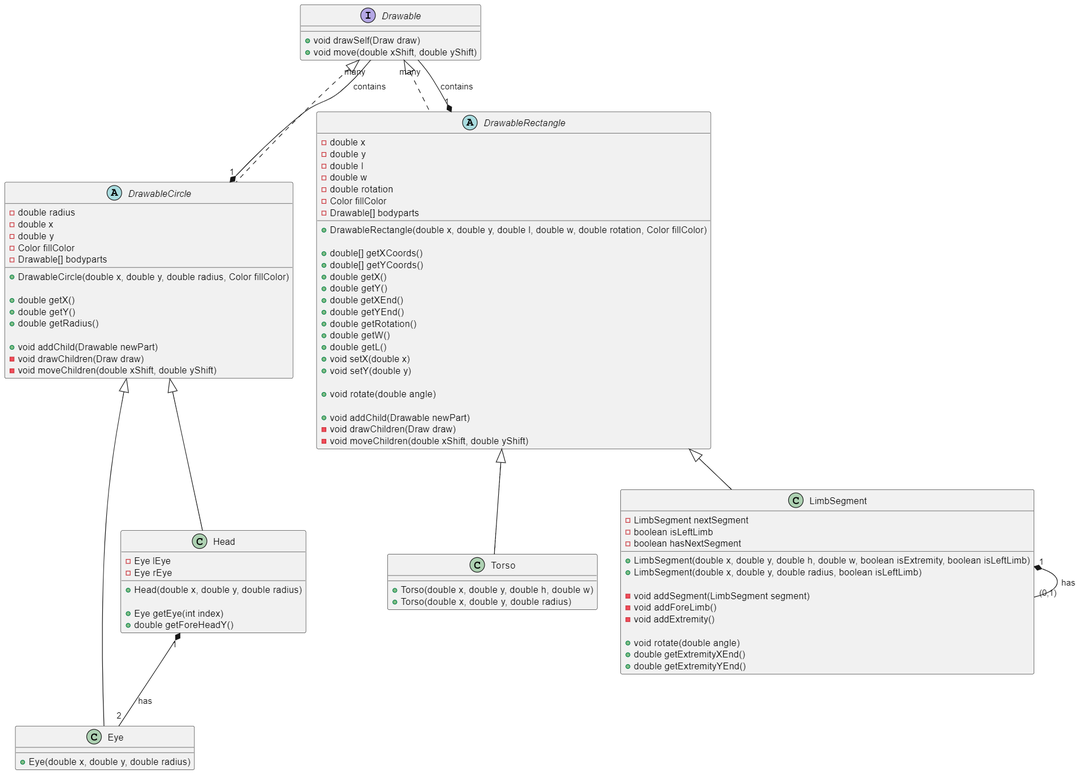
This is PUML/AbstractClasses.png from wafibismail/cadi-robot, a PlantUML export, as it was before one commit. Its source is kept beside it as PUML/AbstractClasses.puml.
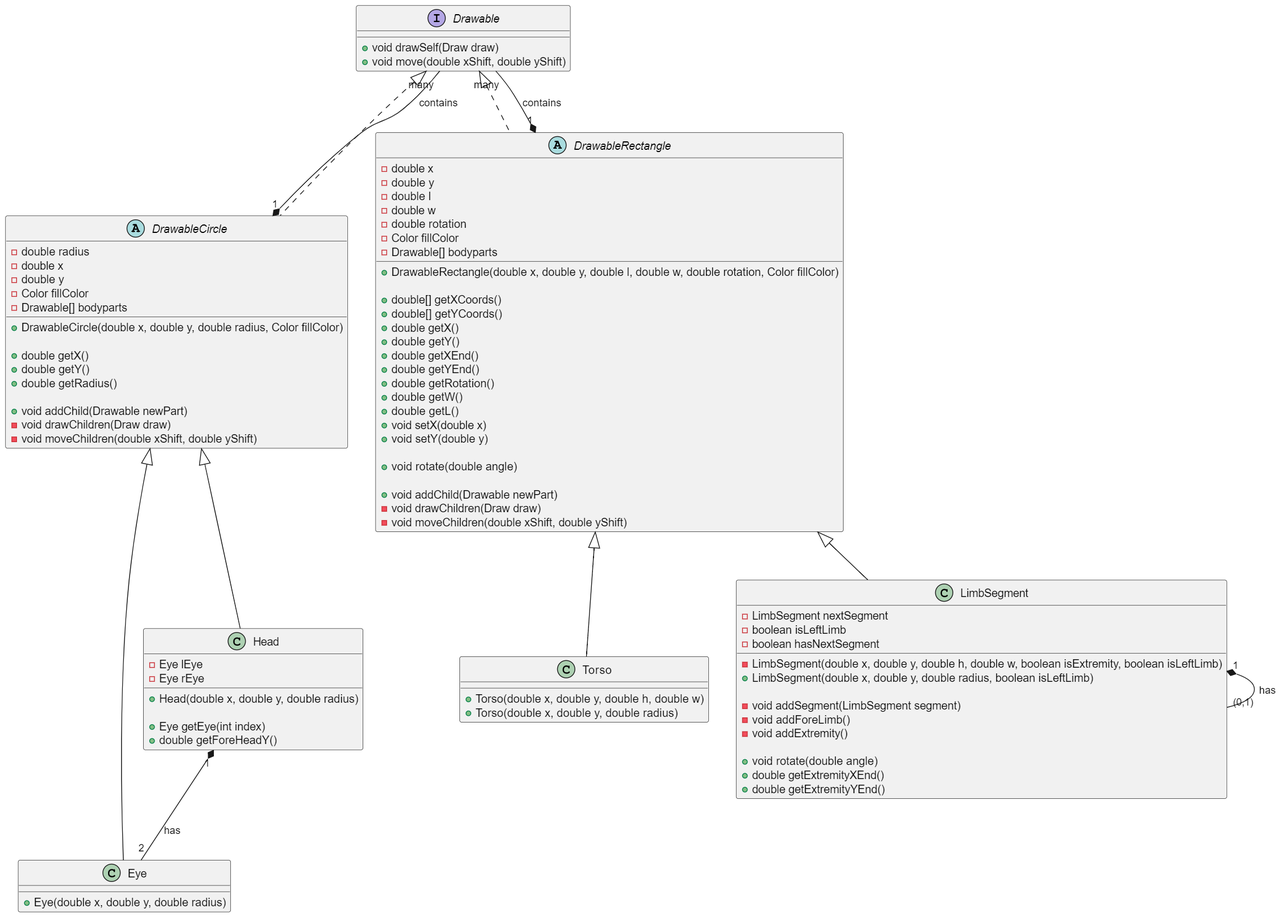
Above is the later version.

Commit message:
Add final edits (public -> private LimbSegment constructor) to the puml diagrams

Change to the diagram source:
```diff
@@ -77,7 +77,7 @@
   -boolean isLeftLimb
   -boolean hasNextSegment
 
-  +LimbSegment(double x, double y, double h, double w, boolean isExtremity, boolean isLeftLimb)
+  -LimbSegment(double x, double y, double h, double w, boolean isExtremity, boolean isLeftLimb)
   +LimbSegment(double x, double y, double radius, boolean isLeftLimb)
 
   -void addSegment(LimbSegment segment)
```
